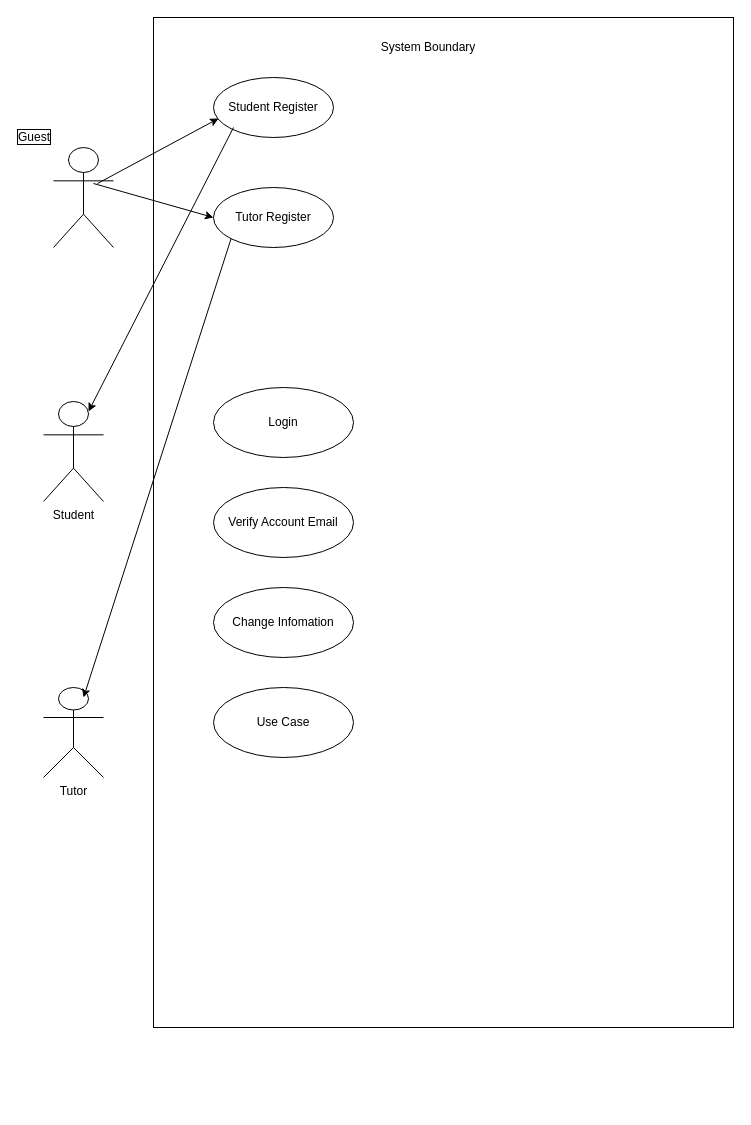
Above: Untitled Diagram.drawio in thoadao0301/english-tutor (draw.io), before the change. Source tidied: cells renumbered, new cells numbered last; positions are measured from the earlier drawing's top-left corner, leaving out a move shared by most shapes. Both pictures are drawn from the tidied source at 100%, with x=0, y=0 at pixel (43, 17).
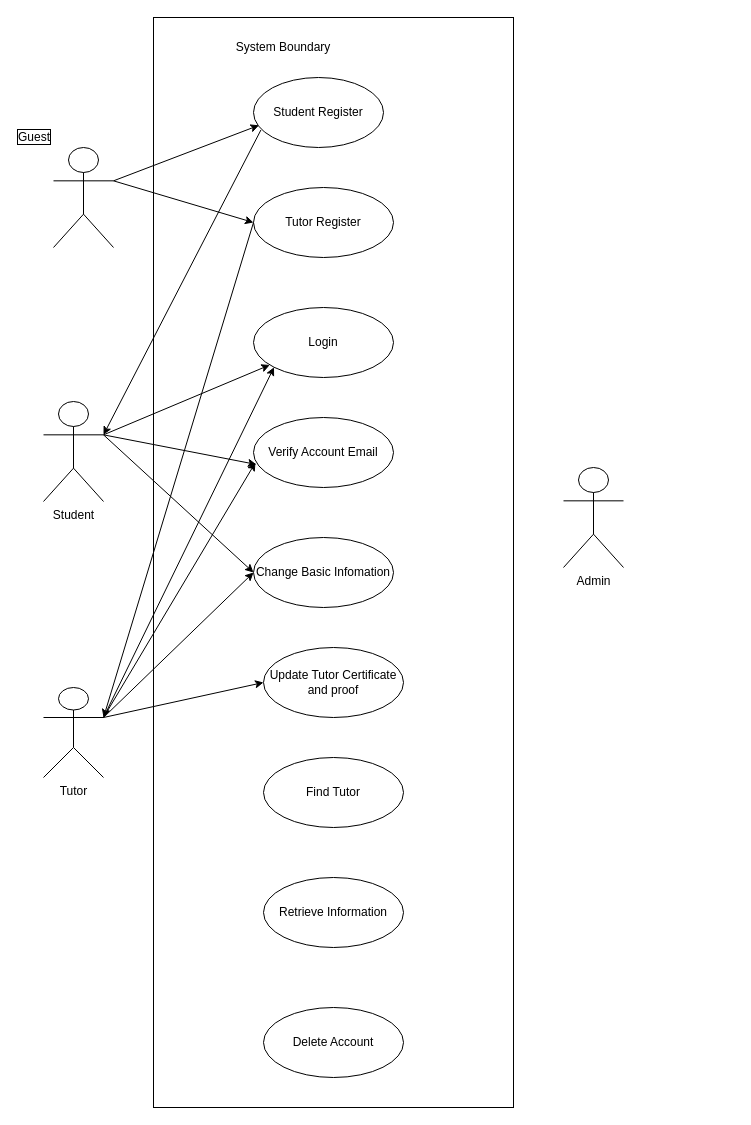
After the change.

Unchanged cells that the change refers to:
```xml
<mxCell id="2" value="Guest" style="shape=umlActor;verticalLabelPosition=top;verticalAlign=bottom;fontFamily=Helvetica;labelPosition=left;align=right;labelBackgroundColor=none;labelBorderColor=default;html=1;whiteSpace=wrap;" parent="1" vertex="1">
  <mxGeometry x="10" y="130" width="60" height="100" as="geometry" />
</mxCell>
<mxCell id="5" value="Student" style="shape=umlActor;verticalLabelPosition=bottom;verticalAlign=top;html=1;outlineConnect=0;glass=0;labelBackgroundColor=none;labelBorderColor=none;sketch=0;fontFamily=Helvetica;fillColor=none;" parent="1" vertex="1">
  <mxGeometry y="384" width="60" height="100" as="geometry" />
</mxCell>
<mxCell id="6" value="Tutor" style="shape=umlActor;verticalLabelPosition=bottom;verticalAlign=top;html=1;outlineConnect=0;glass=0;labelBackgroundColor=none;labelBorderColor=none;sketch=0;fontFamily=Helvetica;fillColor=none;" parent="1" vertex="1">
  <mxGeometry y="670" width="60" height="90" as="geometry" />
</mxCell>
```

Change to the diagram source:
```diff
@@
     <mxCell id="3" value="System Boundary" style="text;html=1;strokeColor=none;fillColor=none;align=center;verticalAlign=middle;whiteSpace=wrap;rounded=0;glass=0;labelBackgroundColor=none;labelBorderColor=none;sketch=0;fontFamily=Helvetica;" parent="1" vertex="1">
-      <mxGeometry x="330" y="10" width="110" height="40" as="geometry" />
+      <mxGeometry x="185" y="10" width="110" height="40" as="geometry" />
     </mxCell>
     <mxCell id="4" style="rounded=0;whiteSpace=wrap;html=1;glass=0;labelBackgroundColor=none;labelBorderColor=none;sketch=0;fontFamily=Helvetica;fillColor=none;direction=south;" parent="1" vertex="1">
-      <mxGeometry x="110" width="580" height="1010" as="geometry" />
+      <mxGeometry x="110" width="360" height="1090" as="geometry" />
     </mxCell>
@@
     <mxCell id="7" value="Student Register" style="ellipse;whiteSpace=wrap;html=1;glass=0;labelBackgroundColor=none;labelBorderColor=none;sketch=0;fontFamily=Helvetica;fillColor=none;" parent="1" vertex="1">
-      <mxGeometry x="170" y="60" width="120" height="60" as="geometry" />
+      <mxGeometry x="210" y="60" width="130" height="70" as="geometry" />
     </mxCell>
     <mxCell id="8" value="Tutor Register" style="ellipse;whiteSpace=wrap;html=1;glass=0;labelBackgroundColor=none;labelBorderColor=none;sketch=0;fontFamily=Helvetica;fillColor=none;" parent="1" vertex="1">
-      <mxGeometry x="170" y="170" width="120" height="60" as="geometry" />
+      <mxGeometry x="210" y="170" width="140" height="70" as="geometry" />
     </mxCell>
-    <mxCell id="9" style="endArrow=classic;html=1;rounded=0;fontFamily=Helvetica;entryX=0.042;entryY=0.683;entryDx=0;entryDy=0;entryPerimeter=0;exitX=0.733;exitY=0.36;exitDx=0;exitDy=0;exitPerimeter=0;" parent="1" edge="1" source="2" target="7">
+    <mxCell id="9" style="endArrow=classic;html=1;rounded=0;fontFamily=Helvetica;entryX=0.042;entryY=0.683;entryDx=0;entryDy=0;entryPerimeter=0;exitX=1;exitY=0.3333333333333333;exitDx=0;exitDy=0;exitPerimeter=0;" parent="1" edge="1" source="2" target="7">
       <mxGeometry relative="1" as="geometry" />
     </mxCell>
-    <mxCell id="10" style="endArrow=classic;html=1;rounded=0;fontFamily=Helvetica;entryX=0;entryY=0.5;entryDx=0;entryDy=0;exitX=0.667;exitY=0.36;exitDx=0;exitDy=0;exitPerimeter=0;" parent="1" edge="1" source="2" target="8">
+    <mxCell id="10" style="endArrow=classic;html=1;rounded=0;fontFamily=Helvetica;entryX=0;entryY=0.5;entryDx=0;entryDy=0;exitX=1;exitY=0.3333333333333333;exitDx=0;exitDy=0;exitPerimeter=0;" parent="1" edge="1" source="2" target="8">
       <mxGeometry relative="1" as="geometry" />
     </mxCell>
-    <mxCell id="11" style="endArrow=classic;html=1;rounded=0;fontFamily=Helvetica;entryX=0.75;entryY=0.1;entryDx=0;entryDy=0;entryPerimeter=0;" parent="1" edge="1" target="5">
-      <mxGeometry relative="1" as="geometry">
-        <mxPoint x="190" y="110" as="sourcePoint" />
-      </mxGeometry>
+    <mxCell id="11" style="endArrow=classic;html=1;rounded=0;fontFamily=Helvetica;entryX=1;entryY=0.3333333333333333;entryDx=0;entryDy=0;entryPerimeter=0;exitX=0.057;exitY=0.75;exitDx=0;exitDy=0;exitPerimeter=0;" parent="1" edge="1" source="7" target="5">
+      <mxGeometry relative="1" as="geometry" />
     </mxCell>
-    <mxCell id="12" style="endArrow=classic;html=1;rounded=0;fontFamily=Helvetica;exitX=0;exitY=1;exitDx=0;exitDy=0;entryX=0.667;entryY=0.111;entryDx=0;entryDy=0;entryPerimeter=0;" parent="1" edge="1" source="8" target="6">
+    <mxCell id="12" style="endArrow=classic;html=1;rounded=0;fontFamily=Helvetica;exitX=0;exitY=0.5;exitDx=0;exitDy=0;entryX=1;entryY=0.3333333333333333;entryDx=0;entryDy=0;entryPerimeter=0;" parent="1" edge="1" source="8" target="6">
       <mxGeometry relative="1" as="geometry" />
     </mxCell>
     <mxCell id="13" value="Login" style="ellipse;whiteSpace=wrap;html=1;glass=0;labelBackgroundColor=none;labelBorderColor=none;sketch=0;fontFamily=Helvetica;fillColor=none;" parent="1" vertex="1">
-      <mxGeometry x="170" y="370" width="140" height="70" as="geometry" />
+      <mxGeometry x="210" y="290" width="140" height="70" as="geometry" />
     </mxCell>
-    <mxCell id="14" value="Change Infomation" style="ellipse;whiteSpace=wrap;html=1;glass=0;labelBackgroundColor=none;labelBorderColor=none;sketch=0;fontFamily=Helvetica;fillColor=none;" parent="1" vertex="1">
-      <mxGeometry x="170" y="570" width="140" height="70" as="geometry" />
+    <mxCell id="14" value="Change Basic Infomation" style="ellipse;whiteSpace=wrap;html=1;glass=0;labelBackgroundColor=none;labelBorderColor=none;sketch=0;fontFamily=Helvetica;fillColor=none;" parent="1" vertex="1">
+      <mxGeometry x="210" y="520" width="140" height="70" as="geometry" />
     </mxCell>
     <mxCell id="15" value="Verify Account Email" style="ellipse;whiteSpace=wrap;html=1;glass=0;labelBackgroundColor=none;labelBorderColor=none;sketch=0;fontFamily=Helvetica;fillColor=none;" parent="1" vertex="1">
-      <mxGeometry x="170" y="470" width="140" height="70" as="geometry" />
+      <mxGeometry x="210" y="400" width="140" height="70" as="geometry" />
     </mxCell>
-    <mxCell id="16" value="Use Case" style="ellipse;whiteSpace=wrap;html=1;glass=0;labelBackgroundColor=none;labelBorderColor=none;sketch=0;fontFamily=Helvetica;fillColor=none;" parent="1" vertex="1">
-      <mxGeometry x="170" y="670" width="140" height="70" as="geometry" />
+    <mxCell id="16" value="Update Tutor Certificate and proof" style="ellipse;whiteSpace=wrap;html=1;glass=0;labelBackgroundColor=none;labelBorderColor=none;sketch=0;fontFamily=Helvetica;fillColor=none;" parent="1" vertex="1">
+      <mxGeometry x="220" y="630" width="140" height="70" as="geometry" />
     </mxCell>
+    <mxCell id="17" value="Find Tutor" style="ellipse;whiteSpace=wrap;html=1;glass=0;labelBackgroundColor=none;labelBorderColor=none;sketch=0;fontFamily=Helvetica;fillColor=none;" parent="1" vertex="1">
+      <mxGeometry x="220" y="740" width="140" height="70" as="geometry" />
+    </mxCell>
+    <mxCell id="18" value="Retrieve Information" style="ellipse;whiteSpace=wrap;html=1;glass=0;labelBackgroundColor=none;labelBorderColor=none;sketch=0;fontFamily=Helvetica;fillColor=none;" parent="1" vertex="1">
+      <mxGeometry x="220" y="860" width="140" height="70" as="geometry" />
+    </mxCell>
+    <mxCell id="19" value="Delete Account" style="ellipse;whiteSpace=wrap;html=1;glass=0;labelBackgroundColor=none;labelBorderColor=none;sketch=0;fontFamily=Helvetica;fillColor=none;" parent="1" vertex="1">
+      <mxGeometry x="220" y="990" width="140" height="70" as="geometry" />
+    </mxCell>
+    <mxCell id="20" value="Admin" style="shape=umlActor;verticalLabelPosition=bottom;verticalAlign=top;html=1;glass=0;labelBackgroundColor=none;labelBorderColor=none;sketch=0;fontFamily=Helvetica;fillColor=none;" parent="1" vertex="1">
+      <mxGeometry x="520" y="450" width="60" height="100" as="geometry" />
+    </mxCell>
+    <mxCell id="21" style="endArrow=classic;html=1;rounded=0;fontFamily=Helvetica;exitX=1;exitY=0.3333333333333333;exitDx=0;exitDy=0;exitPerimeter=0;" parent="1" edge="1" source="5" target="13">
+      <mxGeometry relative="1" as="geometry" />
+    </mxCell>
+    <mxCell id="22" style="endArrow=classic;html=1;rounded=0;fontFamily=Helvetica;exitX=1;exitY=0.3333333333333333;exitDx=0;exitDy=0;exitPerimeter=0;entryX=0;entryY=1;entryDx=0;entryDy=0;" parent="1" edge="1" source="6" target="13">
+      <mxGeometry relative="1" as="geometry" />
+    </mxCell>
+    <mxCell id="23" style="endArrow=classic;html=1;rounded=0;fontFamily=Helvetica;exitX=1;exitY=0.3333333333333333;exitDx=0;exitDy=0;exitPerimeter=0;entryX=0.021;entryY=0.671;entryDx=0;entryDy=0;entryPerimeter=0;" parent="1" edge="1" source="5" target="15">
+      <mxGeometry relative="1" as="geometry" />
+    </mxCell>
+    <mxCell id="24" style="endArrow=classic;html=1;rounded=0;fontFamily=Helvetica;entryX=0.014;entryY=0.643;entryDx=0;entryDy=0;entryPerimeter=0;exitX=1;exitY=0.3333333333333333;exitDx=0;exitDy=0;exitPerimeter=0;" parent="1" edge="1" source="6" target="15">
+      <mxGeometry relative="1" as="geometry" />
+    </mxCell>
+    <mxCell id="25" style="endArrow=classic;html=1;rounded=0;fontFamily=Helvetica;exitX=1;exitY=0.3333333333333333;exitDx=0;exitDy=0;exitPerimeter=0;entryX=0;entryY=0.5;entryDx=0;entryDy=0;" parent="1" edge="1" source="5" target="14">
+      <mxGeometry relative="1" as="geometry" />
+    </mxCell>
+    <mxCell id="26" style="endArrow=classic;html=1;rounded=0;fontFamily=Helvetica;exitX=1;exitY=0.3333333333333333;exitDx=0;exitDy=0;exitPerimeter=0;entryX=0;entryY=0.5;entryDx=0;entryDy=0;" parent="1" edge="1" source="6" target="14">
+      <mxGeometry relative="1" as="geometry" />
+    </mxCell>
+    <mxCell id="27" style="endArrow=classic;html=1;rounded=0;fontFamily=Helvetica;entryX=0;entryY=0.5;entryDx=0;entryDy=0;" parent="1" edge="1" target="16">
+      <mxGeometry relative="1" as="geometry">
+        <mxPoint x="60" y="700" as="sourcePoint" />
+      </mxGeometry>
+    </mxCell>
```
